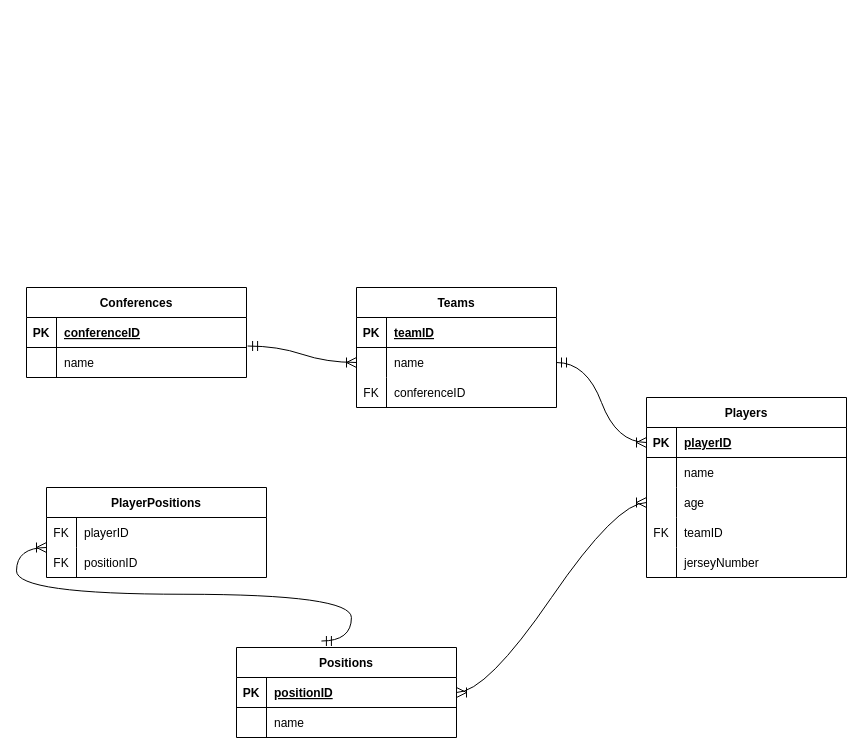
This is projDiagram.drawio from QuinnG8/LEBRON, a draw.io file, before an edit. Source tidied: cells renumbered, new cells numbered last; positions are measured from the earlier drawing's top-left corner, leaving out a move shared by most shapes. Both pictures are drawn from the tidied source at 100%, with x=0, y=0 at pixel (26, 287).
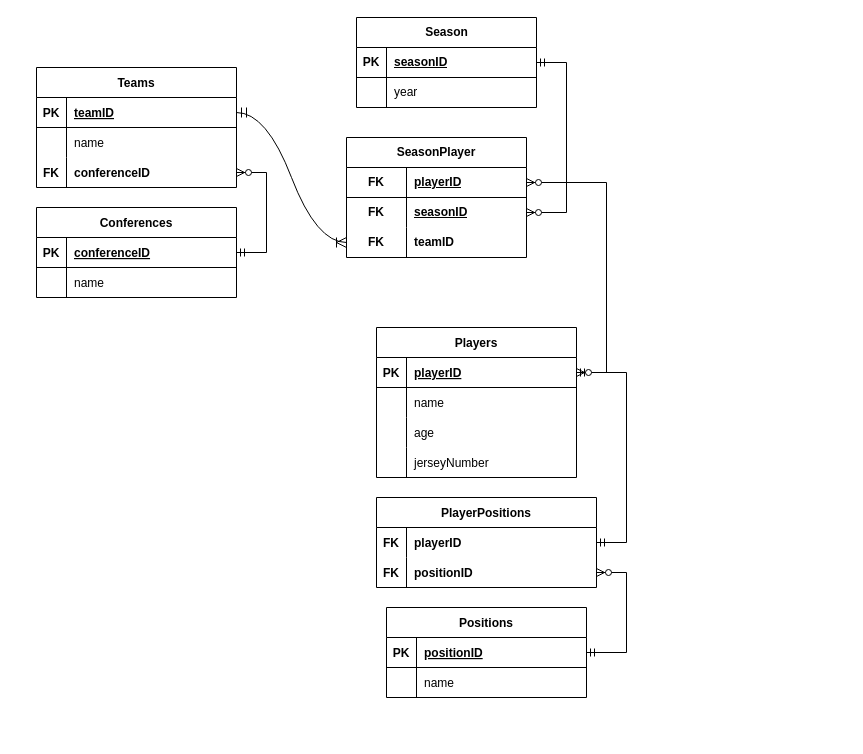
The same page after the edit.

Commit message:
Update diagram with more tables and relationships

Unchanged cells that the change refers to:
```xml
<mxCell id="3" style="shape=partialRectangle;fillColor=none;points=[[0,0.5],[1,0.5]];portConstraint=eastwest;top=0;left=0;right=0;bottom=1;" parent="2" vertex="1">
  <mxGeometry y="30" width="200" height="30" as="geometry" />
</mxCell>
<mxCell id="9" style="shape=partialRectangle;fillColor=none;points=[[0,0.5],[1,0.5]];portConstraint=eastwest;top=0;left=0;right=0;bottom=0;" parent="2" vertex="1">
  <mxGeometry y="90" width="200" height="30" as="geometry" />
</mxCell>
<mxCell id="33" style="shape=partialRectangle;fillColor=none;points=[[0,0.5],[1,0.5]];portConstraint=eastwest;top=0;left=0;right=0;bottom=0;" parent="32" vertex="1">
  <mxGeometry y="30" width="220" height="30" as="geometry" />
</mxCell>
<mxCell id="36" style="shape=partialRectangle;fillColor=none;points=[[0,0.5],[1,0.5]];portConstraint=eastwest;top=0;left=0;right=0;bottom=0;" parent="32" vertex="1">
  <mxGeometry y="60" width="220" height="30" as="geometry" />
</mxCell>
<mxCell id="40" style="shape=partialRectangle;fillColor=none;points=[[0,0.5],[1,0.5]];portConstraint=eastwest;top=0;left=0;right=0;bottom=1;" parent="39" vertex="1">
  <mxGeometry y="30" width="200" height="30" as="geometry" />
</mxCell>
<mxCell id="43" style="shape=partialRectangle;fillColor=none;points=[[0,0.5],[1,0.5]];portConstraint=eastwest;top=0;left=0;right=0;bottom=0;" parent="39" vertex="1">
  <mxGeometry y="60" width="200" height="30" as="geometry" />
</mxCell>
<mxCell id="46" style="shape=partialRectangle;fillColor=none;points=[[0,0.5],[1,0.5]];portConstraint=eastwest;top=0;left=0;right=0;bottom=0;" parent="39" vertex="1">
  <mxGeometry y="90" width="200" height="30" as="geometry" />
</mxCell>
```

Change to the diagram source:
```diff
@@
     <mxCell id="2" value="Players" style="shape=table;startSize=30;childLayout=tableLayout;rowLines=0;fontStyle=1;align=center;" parent="1" vertex="1">
-      <mxGeometry x="620" y="110" width="200" height="180" as="geometry" />
+      <mxGeometry x="350" y="40" width="200" height="150" as="geometry" />
     </mxCell>
@@
-    <mxCell id="12" style="shape=partialRectangle;fillColor=none;top=0;left=0;right=0;bottom=0;" parent="2" vertex="1">
-      <mxGeometry y="120" width="200" height="30" as="geometry" />
-    </mxCell>
-    <mxCell id="13" value="FK" style="shape=partialRectangle;overflow=hidden;fillColor=none;top=0;left=0;bottom=0;right=0;" parent="12" vertex="1">
-      <mxGeometry width="30" height="30" as="geometry" />
-    </mxCell>
-    <mxCell id="14" value="teamID" style="shape=partialRectangle;overflow=hidden;fillColor=none;top=0;left=0;bottom=0;right=0;align=left;spacingLeft=6;" parent="12" vertex="1">
-      <mxGeometry x="30" width="170" height="30" as="geometry" />
-    </mxCell>
     <mxCell id="15" style="shape=partialRectangle;fillColor=none;top=0;left=0;right=0;bottom=0;" parent="2" vertex="1">
-      <mxGeometry y="150" width="200" height="30" as="geometry" />
+      <mxGeometry y="120" width="200" height="30" as="geometry" />
     </mxCell>
@@
     <mxCell id="18" value="Conferences" style="shape=table;startSize=30;childLayout=tableLayout;rowLines=0;fontStyle=1;align=center;" parent="1" vertex="1">
-      <mxGeometry width="220" height="90" as="geometry" />
+      <mxGeometry x="10" y="-80" width="200" height="90" as="geometry" />
     </mxCell>
     <mxCell id="19" style="shape=partialRectangle;fillColor=none;points=[[0,0.5],[1,0.5]];portConstraint=eastwest;top=0;left=0;right=0;bottom=1;" parent="18" vertex="1">
-      <mxGeometry y="30" width="220" height="30" as="geometry" />
+      <mxGeometry y="30" width="200" height="30" as="geometry" />
     </mxCell>
@@
     <mxCell id="21" value="conferenceID" style="shape=partialRectangle;overflow=hidden;fillColor=none;top=0;left=0;bottom=0;right=0;align=left;spacingLeft=6;fontStyle=5;" parent="19" vertex="1">
-      <mxGeometry x="30" width="190" height="30" as="geometry" />
+      <mxGeometry x="30" width="170" height="30" as="geometry" />
     </mxCell>
     <mxCell id="22" style="shape=partialRectangle;fillColor=none;top=0;left=0;right=0;bottom=0;" parent="18" vertex="1">
-      <mxGeometry y="60" width="220" height="30" as="geometry" />
+      <mxGeometry y="60" width="200" height="30" as="geometry" />
     </mxCell>
@@
     <mxCell id="24" value="name" style="shape=partialRectangle;overflow=hidden;fillColor=none;top=0;left=0;bottom=0;right=0;align=left;spacingLeft=6;" parent="22" vertex="1">
-      <mxGeometry x="30" width="190" height="30" as="geometry" />
+      <mxGeometry x="30" width="170" height="30" as="geometry" />
     </mxCell>
     <mxCell id="25" value="Positions" style="shape=table;startSize=30;childLayout=tableLayout;rowLines=0;fontStyle=1;align=center;" parent="1" vertex="1">
-      <mxGeometry x="210" y="360" width="220" height="90" as="geometry" />
+      <mxGeometry x="360" y="320" width="200" height="90" as="geometry" />
     </mxCell>
     <mxCell id="26" style="shape=partialRectangle;fillColor=none;points=[[0,0.5],[1,0.5]];portConstraint=eastwest;top=0;left=0;right=0;bottom=1;" parent="25" vertex="1">
-      <mxGeometry y="30" width="220" height="30" as="geometry" />
+      <mxGeometry y="30" width="200" height="30" as="geometry" />
     </mxCell>
@@
     <mxCell id="28" value="positionID" style="shape=partialRectangle;overflow=hidden;fillColor=none;top=0;left=0;bottom=0;right=0;align=left;spacingLeft=6;fontStyle=5;" parent="26" vertex="1">
-      <mxGeometry x="30" width="190" height="30" as="geometry" />
+      <mxGeometry x="30" width="170" height="30" as="geometry" />
     </mxCell>
     <mxCell id="29" style="shape=partialRectangle;fillColor=none;top=0;left=0;right=0;bottom=0;" parent="25" vertex="1">
-      <mxGeometry y="60" width="220" height="30" as="geometry" />
+      <mxGeometry y="60" width="200" height="30" as="geometry" />
     </mxCell>
@@
     <mxCell id="31" value="name" style="shape=partialRectangle;overflow=hidden;fillColor=none;top=0;left=0;bottom=0;right=0;align=left;spacingLeft=6;" parent="29" vertex="1">
-      <mxGeometry x="30" width="190" height="30" as="geometry" />
+      <mxGeometry x="30" width="170" height="30" as="geometry" />
     </mxCell>
     <mxCell id="32" value="PlayerPositions" style="shape=table;startSize=30;childLayout=tableLayout;rowLines=0;fontStyle=1;align=center;" parent="1" vertex="1">
-      <mxGeometry x="20" y="200" width="220" height="90" as="geometry" />
+      <mxGeometry x="350" y="210" width="220" height="90" as="geometry" />
     </mxCell>
@@
-    <mxCell id="34" value="FK" style="shape=partialRectangle;overflow=hidden;fillColor=none;top=0;left=0;bottom=0;right=0;" parent="33" vertex="1">
+    <mxCell id="34" value="FK" style="shape=partialRectangle;overflow=hidden;fillColor=none;top=0;left=0;bottom=0;right=0;fontStyle=1;" parent="33" vertex="1">
       <mxGeometry width="30" height="30" as="geometry" />
     </mxCell>
-    <mxCell id="35" value="playerID" style="shape=partialRectangle;overflow=hidden;fillColor=none;top=0;left=0;bottom=0;right=0;align=left;spacingLeft=6;" parent="33" vertex="1">
+    <mxCell id="35" value="playerID" style="shape=partialRectangle;overflow=hidden;fillColor=none;top=0;left=0;bottom=0;right=0;align=left;spacingLeft=6;fontStyle=1;" parent="33" vertex="1">
       <mxGeometry x="30" width="190" height="30" as="geometry" />
     </mxCell>
@@
-    <mxCell id="37" value="FK" style="shape=partialRectangle;overflow=hidden;fillColor=none;top=0;left=0;bottom=0;right=0;" parent="36" vertex="1">
+    <mxCell id="37" value="FK" style="shape=partialRectangle;overflow=hidden;fillColor=none;top=0;left=0;bottom=0;right=0;fontStyle=1;" parent="36" vertex="1">
       <mxGeometry width="30" height="30" as="geometry" />
     </mxCell>
-    <mxCell id="38" value="positionID" style="shape=partialRectangle;overflow=hidden;fillColor=none;top=0;left=0;bottom=0;right=0;align=left;spacingLeft=6;" parent="36" vertex="1">
+    <mxCell id="38" value="positionID" style="shape=partialRectangle;overflow=hidden;fillColor=none;top=0;left=0;bottom=0;right=0;align=left;spacingLeft=6;fontStyle=1;" parent="36" vertex="1">
       <mxGeometry x="30" width="190" height="30" as="geometry" />
     </mxCell>
     <mxCell id="39" value="Teams" style="shape=table;startSize=30;childLayout=tableLayout;rowLines=0;fontStyle=1;align=center;" parent="1" vertex="1">
-      <mxGeometry x="330" width="200" height="120" as="geometry" />
+      <mxGeometry x="10" y="-220" width="200" height="120" as="geometry" />
     </mxCell>
@@
-    <mxCell id="47" value="FK" style="shape=partialRectangle;overflow=hidden;fillColor=none;top=0;left=0;bottom=0;right=0;" parent="46" vertex="1">
+    <mxCell id="47" value="FK" style="shape=partialRectangle;overflow=hidden;fillColor=none;top=0;left=0;bottom=0;right=0;fontStyle=1;" parent="46" vertex="1">
       <mxGeometry width="30" height="30" as="geometry" />
     </mxCell>
-    <mxCell id="48" value="conferenceID" style="shape=partialRectangle;overflow=hidden;fillColor=none;top=0;left=0;bottom=0;right=0;align=left;spacingLeft=6;" parent="46" vertex="1">
+    <mxCell id="48" value="conferenceID" style="shape=partialRectangle;overflow=hidden;fillColor=none;top=0;left=0;bottom=0;right=0;align=left;spacingLeft=6;fontStyle=1;" parent="46" vertex="1">
       <mxGeometry x="30" width="170" height="30" as="geometry" />
     </mxCell>
-    <mxCell id="49" style="edgeStyle=entityRelationEdgeStyle;fontSize=12;html=1;endArrow=ERoneToMany;startArrow=ERmandOne;rounded=0;startSize=8;endSize=8;curved=1;entryX=0;entryY=0.5;entryDx=0;entryDy=0;exitX=1.005;exitY=0.95;exitDx=0;exitDy=0;exitPerimeter=0;" parent="1" edge="1" source="19" target="43">
-      <mxGeometry relative="1" as="geometry" />
-    </mxCell>
-    <mxCell id="50" style="edgeStyle=entityRelationEdgeStyle;fontSize=12;html=1;endArrow=ERoneToMany;startArrow=ERmandOne;rounded=0;startSize=8;endSize=8;curved=1;entryX=0;entryY=0.5;entryDx=0;entryDy=0;exitX=1;exitY=0.5;exitDx=0;exitDy=0;" parent="1" edge="1" source="43" target="3">
+    <mxCell id="50" style="edgeStyle=entityRelationEdgeStyle;fontSize=12;html=1;endArrow=ERoneToMany;startArrow=ERmandOne;rounded=0;startSize=8;endSize=8;curved=1;" parent="1" edge="1" source="40" target="67">
       <mxGeometry relative="1" as="geometry" />
     </mxCell>
-    <mxCell id="51" style="edgeStyle=entityRelationEdgeStyle;fontSize=12;html=1;endArrow=ERoneToMany;startArrow=ERoneToMany;rounded=0;startSize=8;endSize=8;curved=1;exitX=1;exitY=0.5;exitDx=0;exitDy=0;entryX=0;entryY=0.5;entryDx=0;entryDy=0;" parent="1" edge="1" source="26" target="9">
-      <mxGeometry relative="1" as="geometry" />
-    </mxCell>
-    <mxCell id="52" style="edgeStyle=entityRelationEdgeStyle;fontSize=12;html=1;endArrow=ERoneToMany;startArrow=ERmandOne;rounded=0;startSize=8;endSize=8;curved=1;exitX=0.386;exitY=-0.072;exitDx=0;exitDy=0;exitPerimeter=0;" parent="1" edge="1" source="25">
-      <mxGeometry relative="1" as="geometry">
-        <mxPoint x="20" y="260" as="targetPoint" />
-      </mxGeometry>
-    </mxCell>
+    <mxCell id="53" value="Season" style="shape=table;startSize=30;childLayout=tableLayout;rowLines=0;fontStyle=1;align=center;html=1;" parent="1" vertex="1">
+      <mxGeometry x="330" y="-270" width="180" height="90" as="geometry" />
+    </mxCell>
+    <mxCell id="54" style="shape=tableRow;horizontal=0;startSize=0;swimlaneHead=0;swimlaneBody=0;fillColor=none;points=[[0,0.5],[1,0.5]];portConstraint=eastwest;top=0;left=0;right=0;bottom=1;" parent="53" vertex="1">
+      <mxGeometry y="30" width="180" height="30" as="geometry" />
+    </mxCell>
+    <mxCell id="55" value="PK" style="shape=partialRectangle;fillColor=none;top=0;left=0;bottom=0;right=0;fontStyle=1;overflow=hidden;whiteSpace=wrap;html=1;" parent="54" vertex="1">
+      <mxGeometry width="30" height="30" as="geometry" />
+    </mxCell>
+    <mxCell id="56" value="seasonID" style="shape=partialRectangle;fillColor=none;top=0;left=0;bottom=0;right=0;align=left;spacingLeft=6;fontStyle=5;overflow=hidden;whiteSpace=wrap;html=1;" parent="54" vertex="1">
+      <mxGeometry x="30" width="150" height="30" as="geometry" />
+    </mxCell>
+    <mxCell id="57" style="shape=tableRow;horizontal=0;startSize=0;swimlaneHead=0;swimlaneBody=0;fillColor=none;top=0;left=0;right=0;bottom=0;" parent="53" vertex="1">
+      <mxGeometry y="60" width="180" height="30" as="geometry" />
+    </mxCell>
+    <mxCell id="58" style="shape=partialRectangle;fillColor=none;top=0;left=0;bottom=0;right=0;overflow=hidden;whiteSpace=wrap;html=1;" parent="57" vertex="1">
+      <mxGeometry width="30" height="30" as="geometry" />
+    </mxCell>
+    <mxCell id="59" value="year" style="shape=partialRectangle;fillColor=none;top=0;left=0;bottom=0;right=0;align=left;spacingLeft=6;overflow=hidden;whiteSpace=wrap;html=1;" parent="57" vertex="1">
+      <mxGeometry x="30" width="150" height="30" as="geometry" />
+    </mxCell>
+    <mxCell id="60" value="SeasonPlayer" style="shape=table;startSize=30;childLayout=tableLayout;rowLines=0;fontStyle=1;align=center;html=1;whiteSpace=wrap;" parent="1" vertex="1">
+      <mxGeometry x="320" y="-150" width="180" height="120" as="geometry" />
+    </mxCell>
+    <mxCell id="61" style="shape=tableRow;horizontal=0;startSize=0;swimlaneHead=0;swimlaneBody=0;fillColor=none;points=[[0,0.5],[1,0.5]];portConstraint=eastwest;top=0;left=0;right=0;bottom=1;html=1;" parent="60" vertex="1">
+      <mxGeometry y="30" width="180" height="30" as="geometry" />
+    </mxCell>
+    <mxCell id="62" value="FK" style="shape=partialRectangle;fillColor=none;top=0;left=0;bottom=0;right=0;fontStyle=1;overflow=hidden;html=1;whiteSpace=wrap;" parent="61" vertex="1">
+      <mxGeometry width="60" height="30" as="geometry" />
+    </mxCell>
+    <mxCell id="63" value="playerID" style="shape=partialRectangle;fillColor=none;top=0;left=0;bottom=0;right=0;align=left;spacingLeft=6;fontStyle=5;overflow=hidden;html=1;whiteSpace=wrap;" parent="61" vertex="1">
+      <mxGeometry x="60" width="120" height="30" as="geometry" />
+    </mxCell>
+    <mxCell id="64" style="shape=tableRow;horizontal=0;startSize=0;swimlaneHead=0;swimlaneBody=0;fillColor=none;points=[[0,0.5],[1,0.5]];portConstraint=eastwest;top=0;left=0;right=0;bottom=0;html=1;" parent="60" vertex="1">
+      <mxGeometry y="60" width="180" height="30" as="geometry" />
+    </mxCell>
+    <mxCell id="65" value="FK" style="shape=partialRectangle;fillColor=none;top=0;left=0;bottom=0;right=0;fontStyle=1;overflow=hidden;html=1;whiteSpace=wrap;" parent="64" vertex="1">
+      <mxGeometry width="60" height="30" as="geometry" />
+    </mxCell>
+    <mxCell id="66" value="seasonID" style="shape=partialRectangle;fillColor=none;top=0;left=0;bottom=0;right=0;align=left;spacingLeft=6;fontStyle=5;overflow=hidden;html=1;whiteSpace=wrap;" parent="64" vertex="1">
+      <mxGeometry x="60" width="120" height="30" as="geometry" />
+    </mxCell>
+    <mxCell id="67" style="shape=tableRow;horizontal=0;startSize=0;swimlaneHead=0;swimlaneBody=0;fillColor=none;points=[[0,0.5],[1,0.5]];portConstraint=eastwest;top=0;left=0;right=0;bottom=0;" parent="60" vertex="1">
+      <mxGeometry y="90" width="180" height="30" as="geometry" />
+    </mxCell>
+    <mxCell id="68" value="&lt;b&gt;FK&lt;/b&gt;" style="shape=partialRectangle;fillColor=none;top=0;left=0;bottom=0;right=0;fontStyle=0;overflow=hidden;whiteSpace=wrap;html=1;" parent="67" vertex="1">
+      <mxGeometry width="60" height="30" as="geometry" />
+    </mxCell>
+    <mxCell id="14" value="&lt;b&gt;teamID&lt;/b&gt;" style="shape=partialRectangle;fillColor=none;top=0;left=0;bottom=0;right=0;align=left;spacingLeft=6;fontStyle=0;overflow=hidden;whiteSpace=wrap;html=1;" parent="67" vertex="1">
+      <mxGeometry x="60" width="120" height="30" as="geometry" />
+    </mxCell>
+    <mxCell id="69" style="edgeStyle=entityRelationEdgeStyle;fontSize=12;html=1;endArrow=ERzeroToMany;startArrow=ERmandOne;rounded=0;" parent="1" edge="1" source="54" target="64">
+      <mxGeometry relative="1" as="geometry" />
+    </mxCell>
+    <mxCell id="70" style="edgeStyle=entityRelationEdgeStyle;fontSize=12;html=1;endArrow=ERzeroToMany;startArrow=ERmandOne;rounded=0;" parent="1" edge="1" source="3" target="61">
+      <mxGeometry relative="1" as="geometry" />
+    </mxCell>
+    <mxCell id="71" style="edgeStyle=entityRelationEdgeStyle;fontSize=12;html=1;endArrow=ERzeroToMany;startArrow=ERmandOne;rounded=0;" parent="1" edge="1" source="19" target="46">
+      <mxGeometry relative="1" as="geometry" />
+    </mxCell>
+    <mxCell id="72" style="edgeStyle=entityRelationEdgeStyle;fontSize=12;html=1;endArrow=ERzeroToMany;startArrow=ERmandOne;rounded=0;" parent="1" edge="1" source="33" target="3">
+      <mxGeometry relative="1" as="geometry" />
+    </mxCell>
+    <mxCell id="73" style="edgeStyle=entityRelationEdgeStyle;fontSize=12;html=1;endArrow=ERzeroToMany;startArrow=ERmandOne;rounded=0;" parent="1" edge="1" source="26" target="36">
+      <mxGeometry relative="1" as="geometry">
+        <Array as="points">
+          <mxPoint x="290" y="280" />
+        </Array>
+      </mxGeometry>
+    </mxCell>
```
